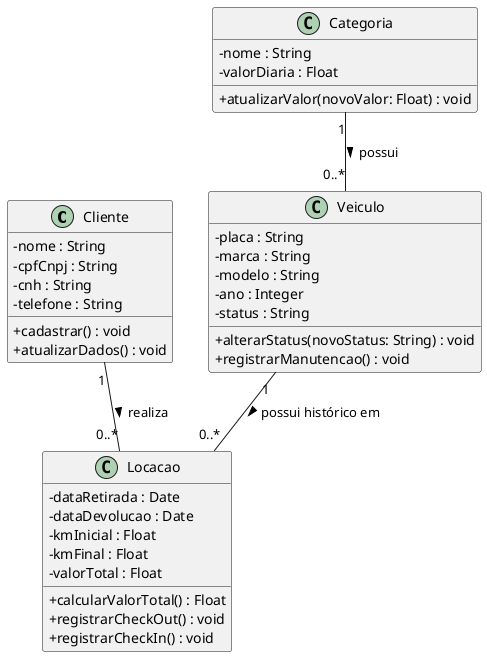
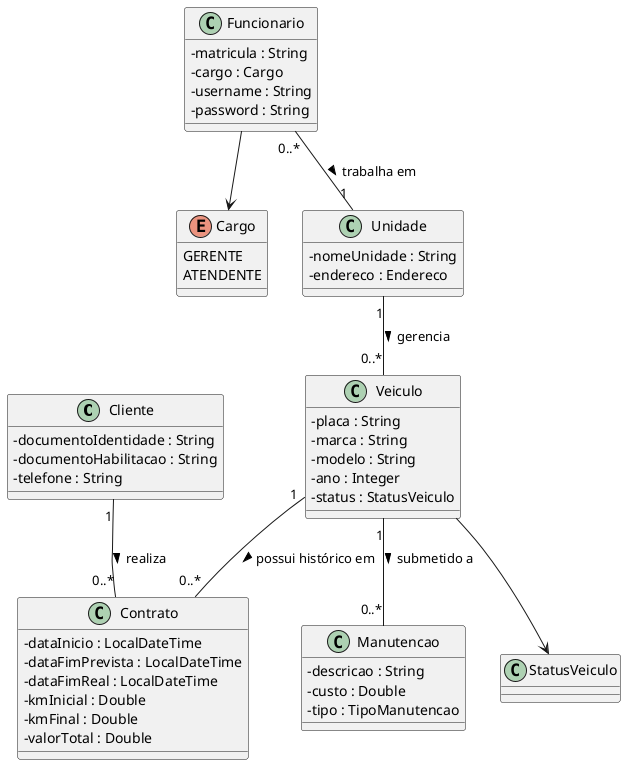
@startuml
- ' Configuração para mostrar os ícones de visibilidade (público/privado) padrão da UML
skinparam classAttributeIconSize 0

class Cliente {
-   - nome : String
-   - cpfCnpj : String
-   - cnh : String
+   - documentoIdentidade : String
+   - documentoHabilitacao : String
  - telefone : String
-   + cadastrar() : void
-   + atualizarDados() : void
}

- class Categoria {
-   - nome : String
-   - valorDiaria : Float
-   + atualizarValor(novoValor: Float) : void
+ class Funcionario {
+   - matricula : String
+   - cargo : Cargo
+   - username : String
+   - password : String
+ }
+ 
+ enum Cargo {
+   GERENTE
+   ATENDENTE
+ }
+ 
+ class Unidade {
+   - nomeUnidade : String
+   - endereco : Endereco
}

class Veiculo {
  - placa : String
  - marca : String
  - modelo : String
  - ano : Integer
-   - status : String
-   + alterarStatus(novoStatus: String) : void
-   + registrarManutencao() : void
+   - status : StatusVeiculo
}

- class Locacao {
-   - dataRetirada : Date
-   - dataDevolucao : Date
-   - kmInicial : Float
-   - kmFinal : Float
-   - valorTotal : Float
-   + calcularValorTotal() : Float
-   + registrarCheckOut() : void
-   + registrarCheckIn() : void
+ class Contrato {
+   - dataInicio : LocalDateTime
+   - dataFimPrevista : LocalDateTime
+   - dataFimReal : LocalDateTime
+   - kmInicial : Double
+   - kmFinal : Double
+   - valorTotal : Double
}

- ' Relacionamentos
- Categoria "1" -- "0..*" Veiculo : possui >
- Cliente "1" -- "0..*" Locacao : realiza >
- Veiculo "1" -- "0..*" Locacao : possui histórico em >
+ class Manutencao {
+   - descricao : String
+   - custo : Double
+   - tipo : TipoManutencao
+ }
+ 
+ Funcionario "0..*" -- "1" Unidade : trabalha em >
+ Unidade "1" -- "0..*" Veiculo : gerencia >
+ Cliente "1" -- "0..*" Contrato : realiza >
+ Veiculo "1" -- "0..*" Contrato : possui histórico em >
+ Veiculo "1" -- "0..*" Manutencao : submetido a >
+ Funcionario --> Cargo
+ Veiculo --> StatusVeiculo

@enduml
